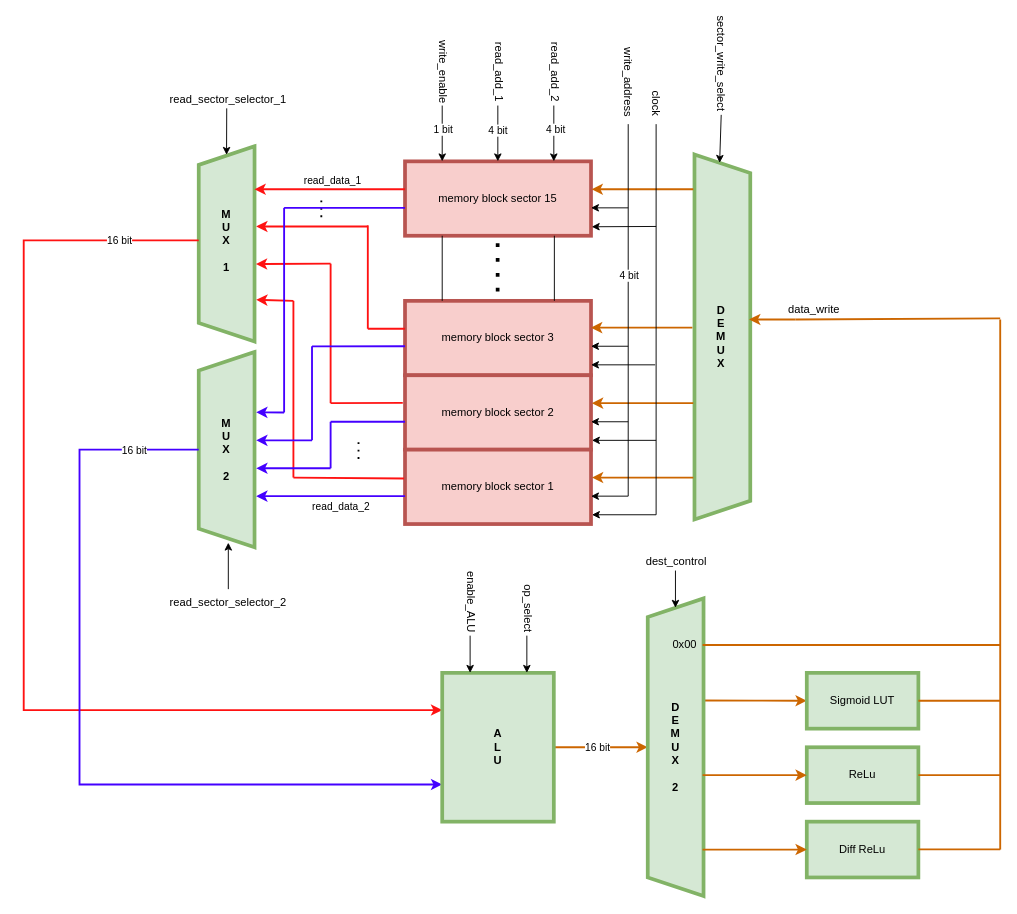
The draw.io diagram appendix/architecture_3.drawio in Arycast/AutoEncoder_dumbo, before the edit. Source tidied: cells renumbered, new cells numbered last; positions are measured from the earlier drawing's top-left corner, leaving out a move shared by most shapes. Both pictures are drawn from the tidied source at 93%, with x=0, y=0 at pixel (23, 49).
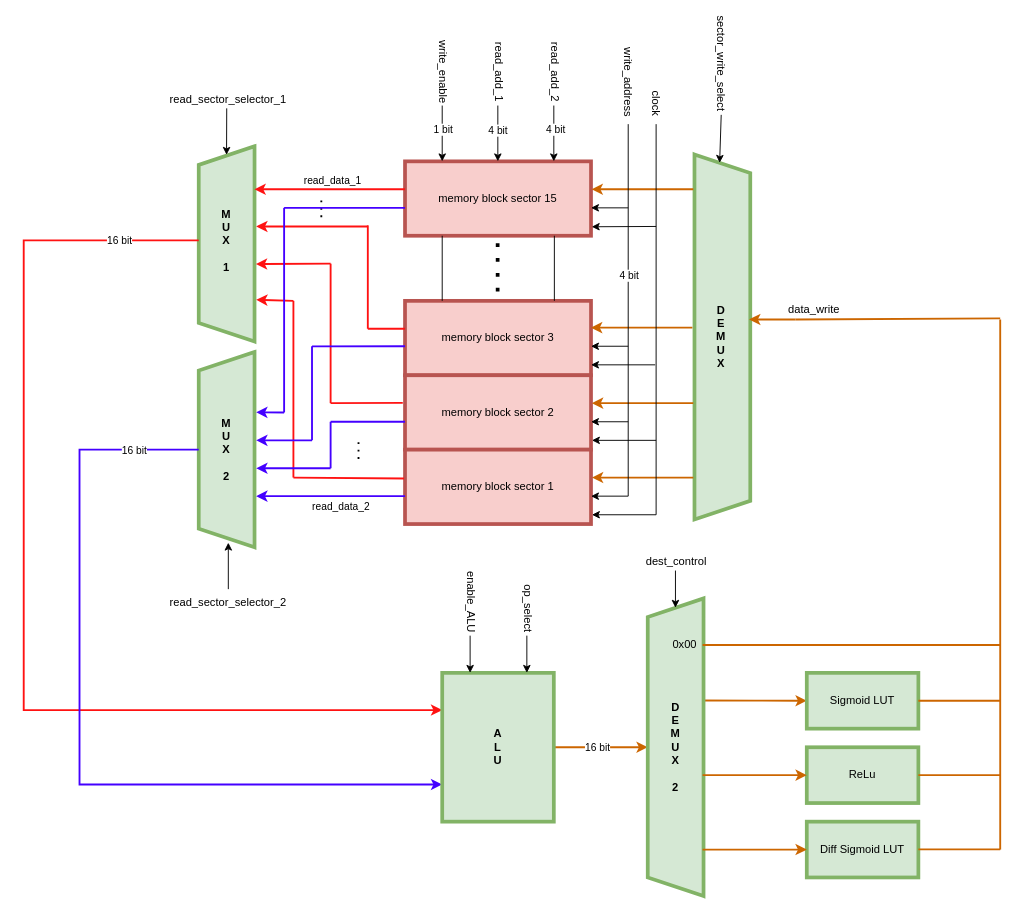
The same page after the edit.

Commit message:
revised architecture diagram

Change to the diagram source:
```diff
@@
-    <mxCell id="85" value="Diff ReLu" style="rounded=0;whiteSpace=wrap;html=1;fillColor=#d5e8d4;strokeColor=#82b366;strokeWidth=4;" parent="1" vertex="1">
+    <mxCell id="85" value="Diff Sigmoid LUT" style="rounded=0;whiteSpace=wrap;html=1;fillColor=#d5e8d4;strokeColor=#82b366;strokeWidth=4;" parent="1" vertex="1">
       <mxGeometry x="842" y="830" width="120" height="60" as="geometry" />
     </mxCell>
```
